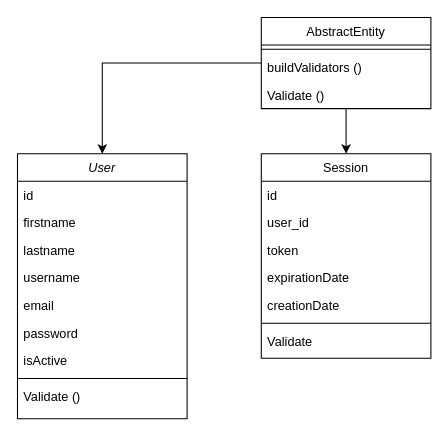
Before: _docs/Class Diagram.drawio in gervasioartur/walletwise-clean-graphql-api, a draw.io diagram. Source tidied: cells renumbered, new cells numbered last; positions are measured from the earlier drawing's top-left corner, leaving out a move shared by most shapes. Both pictures are drawn from the tidied source at 106%, with x=0, y=0 at pixel (17, 17).
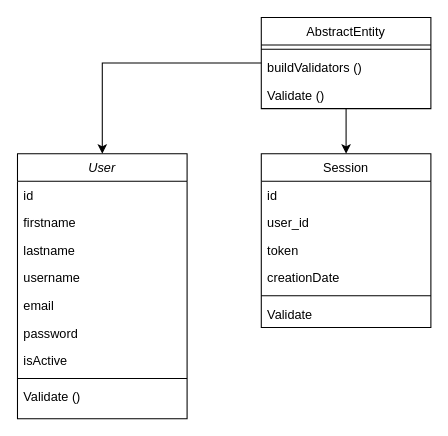
Above is the later version.

Commit message (it also covers changes not shown here):
docs: remove expiration date because should be calculated in execution time

The edit, as a diff of the source:
```diff
@@
     <mxCell id="12" value="Session" style="swimlane;fontStyle=0;align=center;verticalAlign=top;horizontal=1;startSize=26;rounded=0;shadow=0;strokeWidth=1;" parent="1" vertex="1">
-      <mxGeometry x="230" y="128.5" width="160" height="193" as="geometry" />
+      <mxGeometry x="230" y="128.5" width="160" height="164" as="geometry" />
     </mxCell>
@@
-    <mxCell id="16" value="expirationDate" style="text;align=left;verticalAlign=top;spacingLeft=4;spacingRight=4;overflow=hidden;rounded=0;shadow=0;html=0;" parent="12" vertex="1">
-      <mxGeometry y="104" width="160" height="26" as="geometry" />
-    </mxCell>
     <mxCell id="17" value="creationDate" style="text;align=left;verticalAlign=top;spacingLeft=4;spacingRight=4;overflow=hidden;rounded=0;shadow=0;html=0;" parent="12" vertex="1">
-      <mxGeometry y="130" width="160" height="26" as="geometry" />
+      <mxGeometry y="104" width="160" height="26" as="geometry" />
     </mxCell>
     <mxCell id="18" style="line;html=1;strokeWidth=1;align=left;verticalAlign=middle;spacingTop=-1;spacingLeft=3;spacingRight=3;labelPosition=right;" parent="12" vertex="1">
-      <mxGeometry y="156" width="160" height="8" as="geometry" />
+      <mxGeometry y="130" width="160" height="8" as="geometry" />
     </mxCell>
     <mxCell id="19" value="Validate" style="text;align=left;verticalAlign=top;spacingLeft=4;spacingRight=4;overflow=hidden;" parent="12" vertex="1">
-      <mxGeometry y="164" width="160" height="26" as="geometry" />
+      <mxGeometry y="138" width="160" height="26" as="geometry" />
     </mxCell>
```
